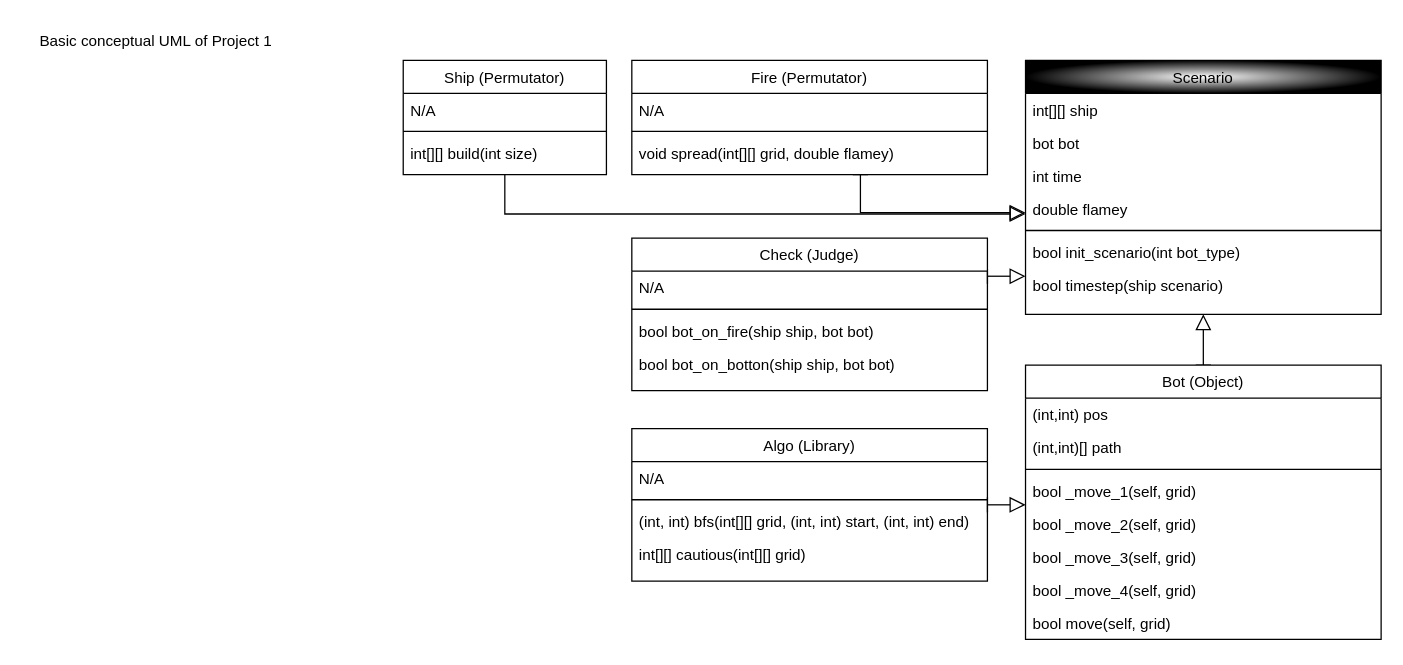
Earlier version of the draw.io diagram UML.drawio (ddenglts/introai-p1). Source tidied: cells renumbered, new cells numbered last; positions are measured from the earlier drawing's top-left corner, leaving out a move shared by most shapes. Both pictures are drawn from the tidied source at 127%, with x=0, y=0 at pixel (22, 22).
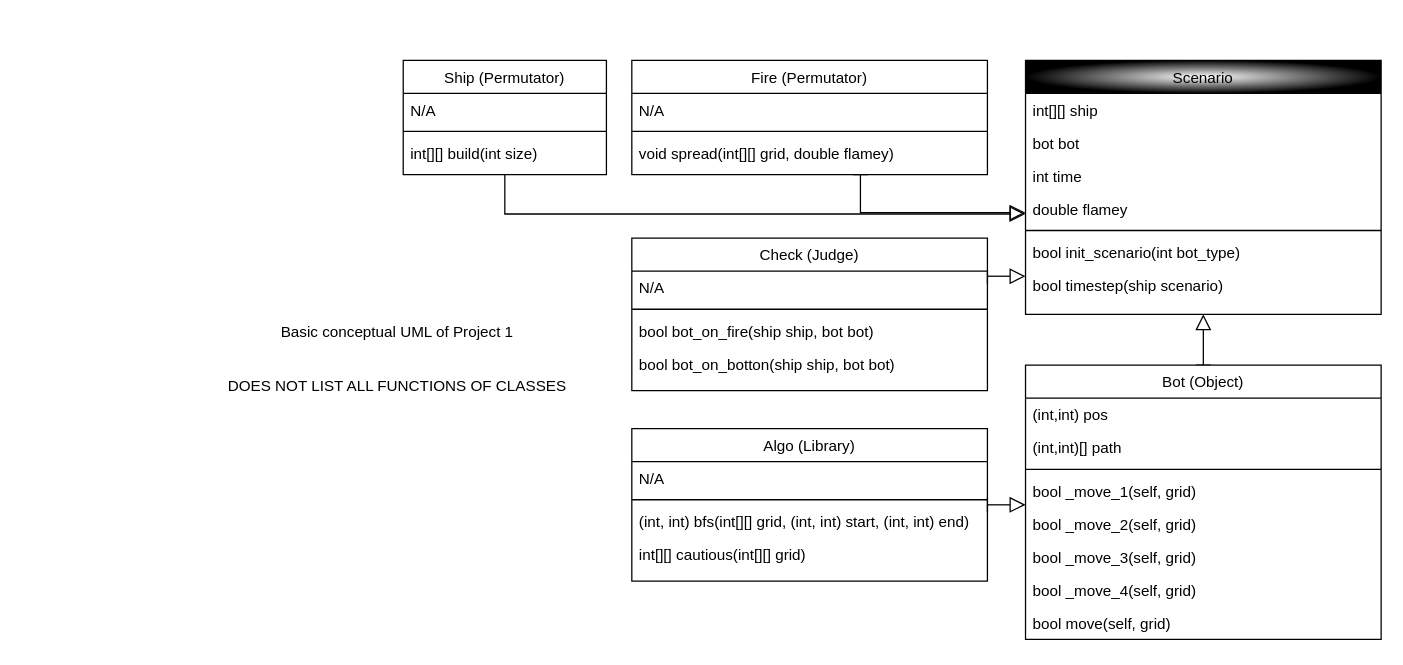
The same diagram, later.

What changed in the source:
```diff
@@
-    <mxCell id="42" value="Basic conceptual UML of Project 1" style="text;html=1;align=center;verticalAlign=middle;strokeColor=none;fillColor=none;" parent="1" vertex="1">
-      <mxGeometry width="210" height="30" as="geometry" />
+    <mxCell id="42" value="Basic conceptual UML of Project 1&lt;br&gt;&lt;br&gt;&lt;br&gt;DOES NOT LIST ALL FUNCTIONS OF CLASSES" style="text;html=1;align=center;verticalAlign=middle;strokeColor=none;fillColor=none;" parent="1" vertex="1">
+      <mxGeometry x="150" y="230" width="290" height="70" as="geometry" />
     </mxCell>
```
